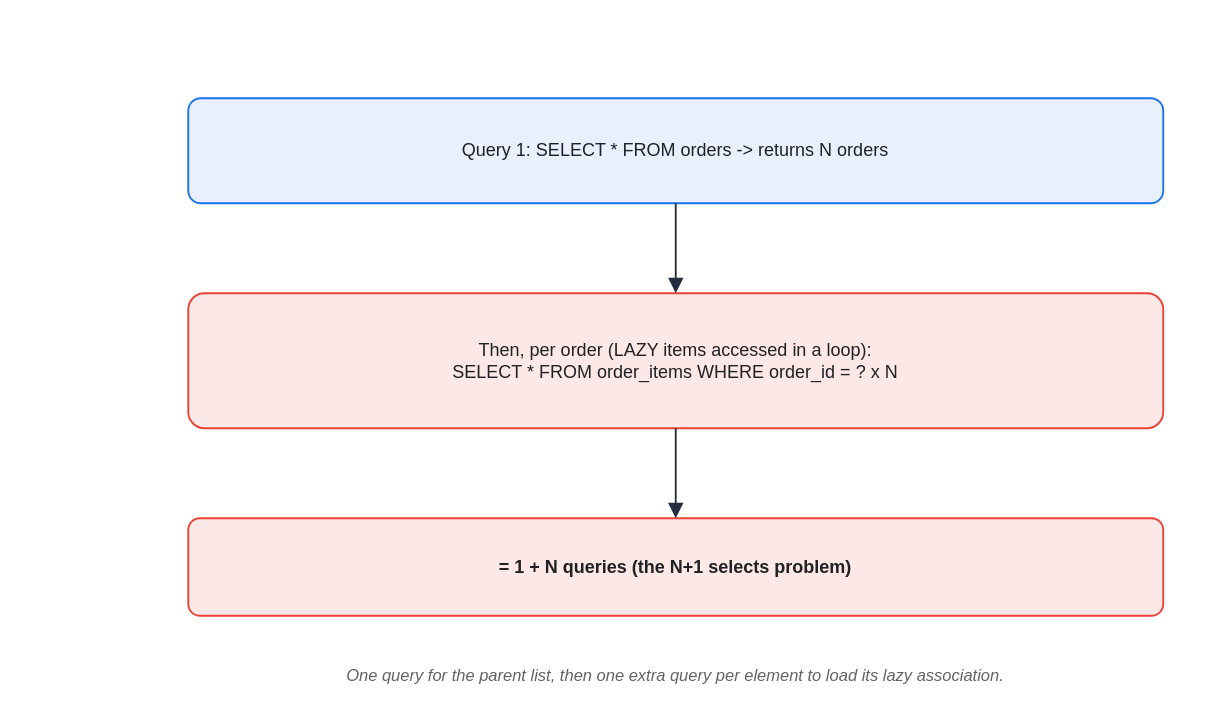
This is assets/img/spring/spring-19-n-plus-1.drawio from KKamJi98/kkamji98.github.io, a draw.io file, before an edit. Source tidied: cells renumbered, new cells numbered last; positions are measured from the earlier drawing's top-left corner, leaving out a move shared by most shapes. Both pictures are drawn from the tidied source at 150%, with x=0, y=0 at pixel (188, 98).
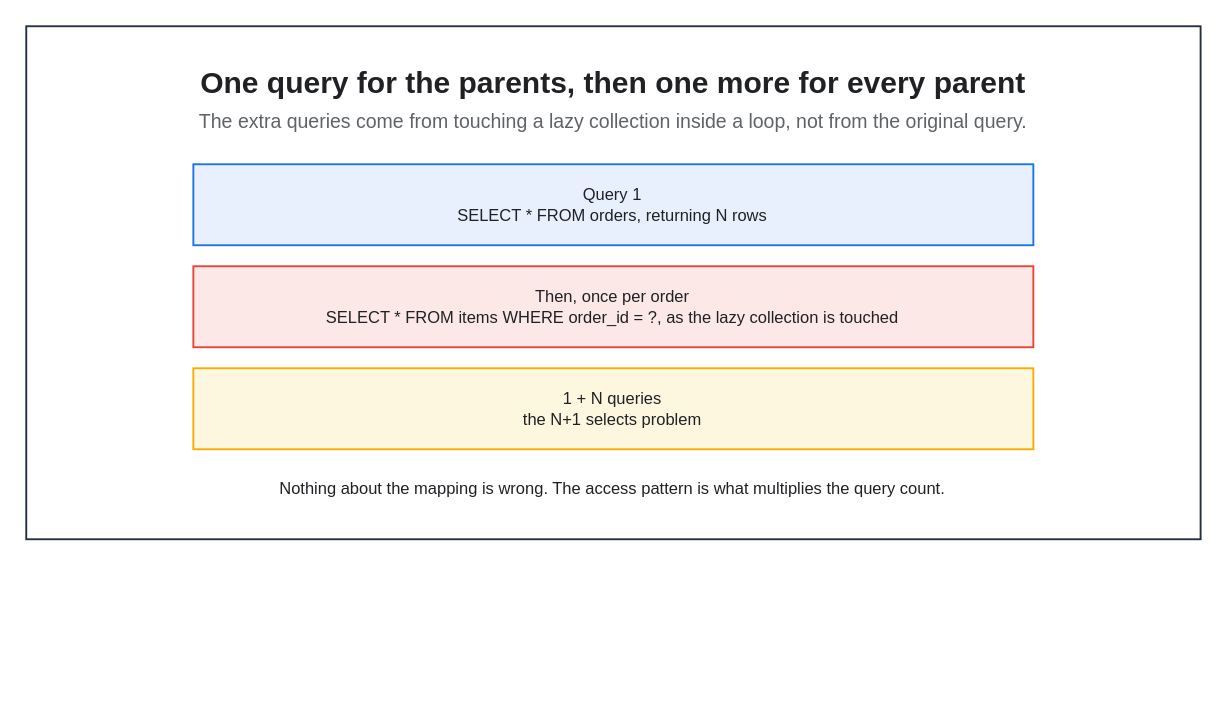
Above is the later version.

Diff of the diagram source:
```diff
@@
 <mxGraphModel background="#FFFFFF">
   <root>
     <mxCell id="0" />
     <mxCell id="1" parent="0" />
+    <mxCell id="8" style="rounded=0;html=0;fillColor=none;strokeColor=#232F3E;fontColor=#202124;strokeWidth=1.25;" parent="1" vertex="1">
+      <mxGeometry x="-108" y="-48" width="782.9" height="342" as="geometry" />
+    </mxCell>
+    <mxCell id="9" value="One query for the parents, then one more for every parent" style="text;html=0;whiteSpace=wrap;fillColor=none;strokeColor=none;fontColor=#202124;fontSize=20;fontStyle=1;align=center;verticalAlign=middle;" parent="1" vertex="1">
+      <mxGeometry x="-86" y="-26" width="738.9" height="30" as="geometry" />
+    </mxCell>
+    <mxCell id="10" value="The extra queries come from touching a lazy collection inside a loop, not from the original query." style="text;html=0;whiteSpace=wrap;fillColor=none;strokeColor=none;fontColor=#5F6368;fontSize=13;fontStyle=0;align=center;verticalAlign=middle;" parent="1" vertex="1">
+      <mxGeometry x="-86" y="4" width="738.9" height="22" as="geometry" />
+    </mxCell>
-    <mxCell id="2" value="Query 1:  SELECT * FROM orders   -&gt;   returns N orders" style="rounded=1;whiteSpace=wrap;html=0;arcSize=12;shadow=0;fillColor=#E8F0FE;strokeColor=#1A73E8;fontColor=#202124;strokeWidth=1.25;" parent="1" vertex="1">
-      <mxGeometry width="650" height="70" as="geometry" />
+    <mxCell id="2" value="Query 1&#10;SELECT * FROM orders, returning N rows" style="rounded=0;whiteSpace=wrap;html=0;fillColor=#E8F0FE;strokeColor=#1A73E8;fontColor=#202124;fontSize=11;fontStyle=0;align=center;verticalAlign=middle;spacingLeft=6;spacingRight=6;strokeWidth=1.25;" parent="1" vertex="1">
+      <mxGeometry x="3.4" y="44" width="560" height="54" as="geometry" />
     </mxCell>
-    <mxCell id="3" value="Then, per order (LAZY items accessed in a loop):&#10;SELECT * FROM order_items WHERE order_id = ?   x N" style="rounded=1;whiteSpace=wrap;html=0;arcSize=12;shadow=0;fillColor=#FCE8E6;strokeColor=#EA4335;fontColor=#202124;strokeWidth=1.25;" parent="1" vertex="1">
-      <mxGeometry y="130" width="650" height="90" as="geometry" />
+    <mxCell id="3" value="Then, once per order&#10;SELECT * FROM items WHERE order_id = ?, as the lazy collection is touched" style="rounded=0;whiteSpace=wrap;html=0;fillColor=#FCE8E6;strokeColor=#EA4335;fontColor=#202124;fontSize=11;fontStyle=0;align=center;verticalAlign=middle;spacingLeft=6;spacingRight=6;strokeWidth=1.25;" parent="1" vertex="1">
+      <mxGeometry x="3.4" y="112" width="560" height="54" as="geometry" />
     </mxCell>
-    <mxCell id="4" value="= 1 + N queries  (the N+1 selects problem)" style="rounded=1;whiteSpace=wrap;html=0;arcSize=12;shadow=0;fillColor=#FCE8E6;strokeColor=#EA4335;fontColor=#202124;fontStyle=1;strokeWidth=1.25;" parent="1" vertex="1">
-      <mxGeometry y="280" width="650" height="65" as="geometry" />
+    <mxCell id="4" value="1 + N queries&#10;the N+1 selects problem" style="rounded=0;whiteSpace=wrap;html=0;fillColor=#FEF7E0;strokeColor=#F9AB00;fontColor=#202124;fontSize=11;fontStyle=0;align=center;verticalAlign=middle;spacingLeft=6;spacingRight=6;strokeWidth=1.25;" parent="1" vertex="1">
+      <mxGeometry x="3.4" y="180" width="560" height="54" as="geometry" />
     </mxCell>
-    <mxCell id="5" style="edgeStyle=orthogonalEdgeStyle;rounded=1;html=0;endArrow=block;strokeColor=#232F3E;fontColor=#202124;labelBackgroundColor=none;strokeWidth=1.25;endSize=7;" parent="1" edge="1" source="2" target="3">
-      <mxGeometry relative="1" as="geometry" />
-    </mxCell>
-    <mxCell id="6" style="edgeStyle=orthogonalEdgeStyle;rounded=1;html=0;endArrow=block;strokeColor=#232F3E;strokeWidth=1.25;endSize=7;fontColor=#202124;" parent="1" edge="1" source="3" target="4">
-      <mxGeometry relative="1" as="geometry" />
-    </mxCell>
-    <mxCell id="7" value="One query for the parent list, then one extra query per element to load its lazy association." style="text;html=0;align=center;verticalAlign=middle;whiteSpace=wrap;fontSize=11;fontColor=#5F6368;fontStyle=2;" parent="1" vertex="1">
-      <mxGeometry y="370" width="650" height="30" as="geometry" />
-    </mxCell>
+    <mxCell id="11" value="Nothing about the mapping is wrong. The access pattern is what multiplies the query count." style="text;html=0;whiteSpace=wrap;fillColor=none;strokeColor=none;fontColor=#202124;fontSize=11;fontStyle=0;align=center;verticalAlign=middle;" parent="1" vertex="1">
+      <mxGeometry x="-9.6" y="248" width="586" height="24" as="geometry" />
+    </mxCell>
   </root>
 </mxGraphModel>
```
